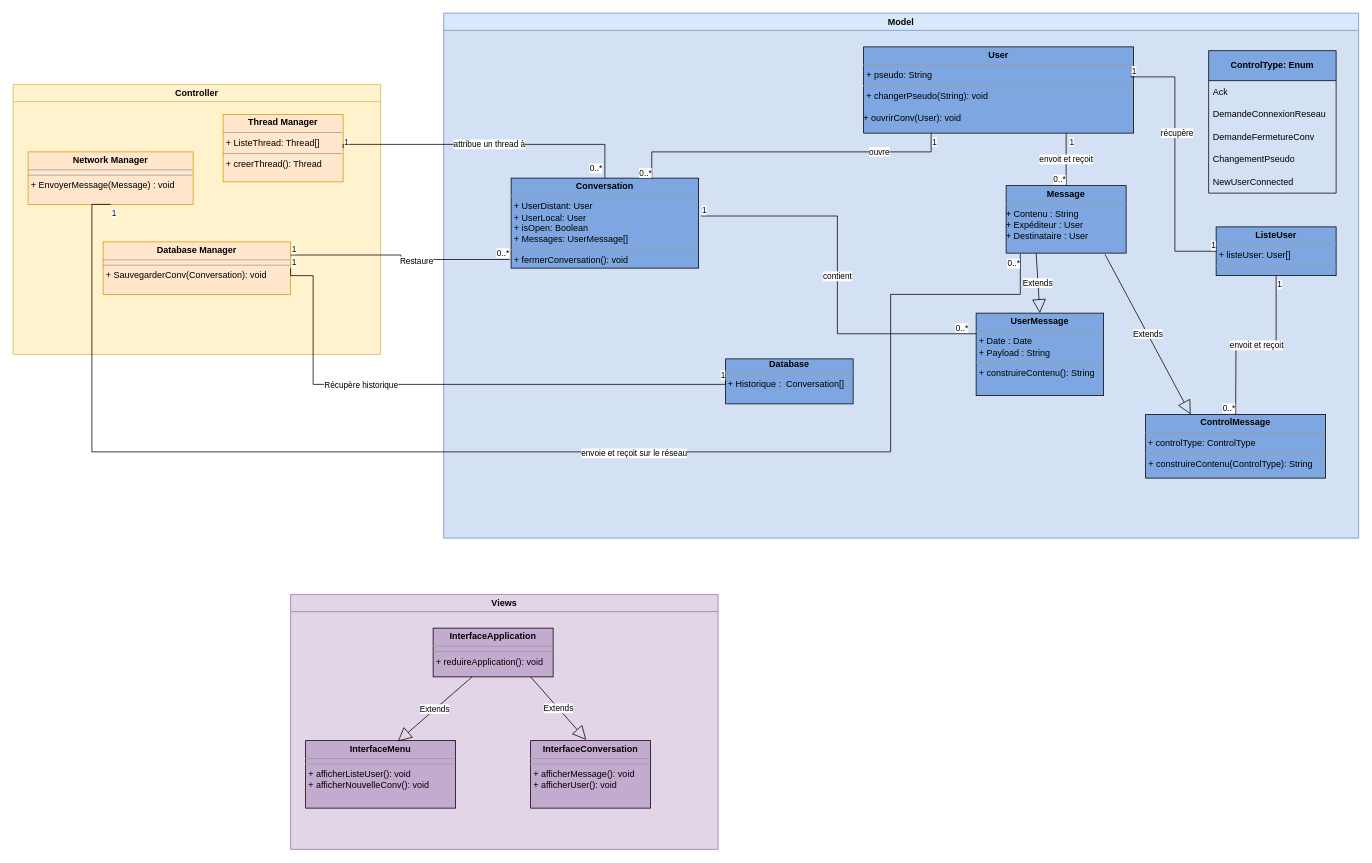
This is Projet/UML/versions modifiables/diagramme_de_classe.drawio from Newglear/UF_projet_java, a draw.io file, before an edit. Source tidied: cells renumbered, new cells numbered last; positions are measured from the earlier drawing's top-left corner, leaving out a move shared by most shapes. Both pictures are drawn from the tidied source at 75%, with x=0, y=0 at pixel (13, 13).
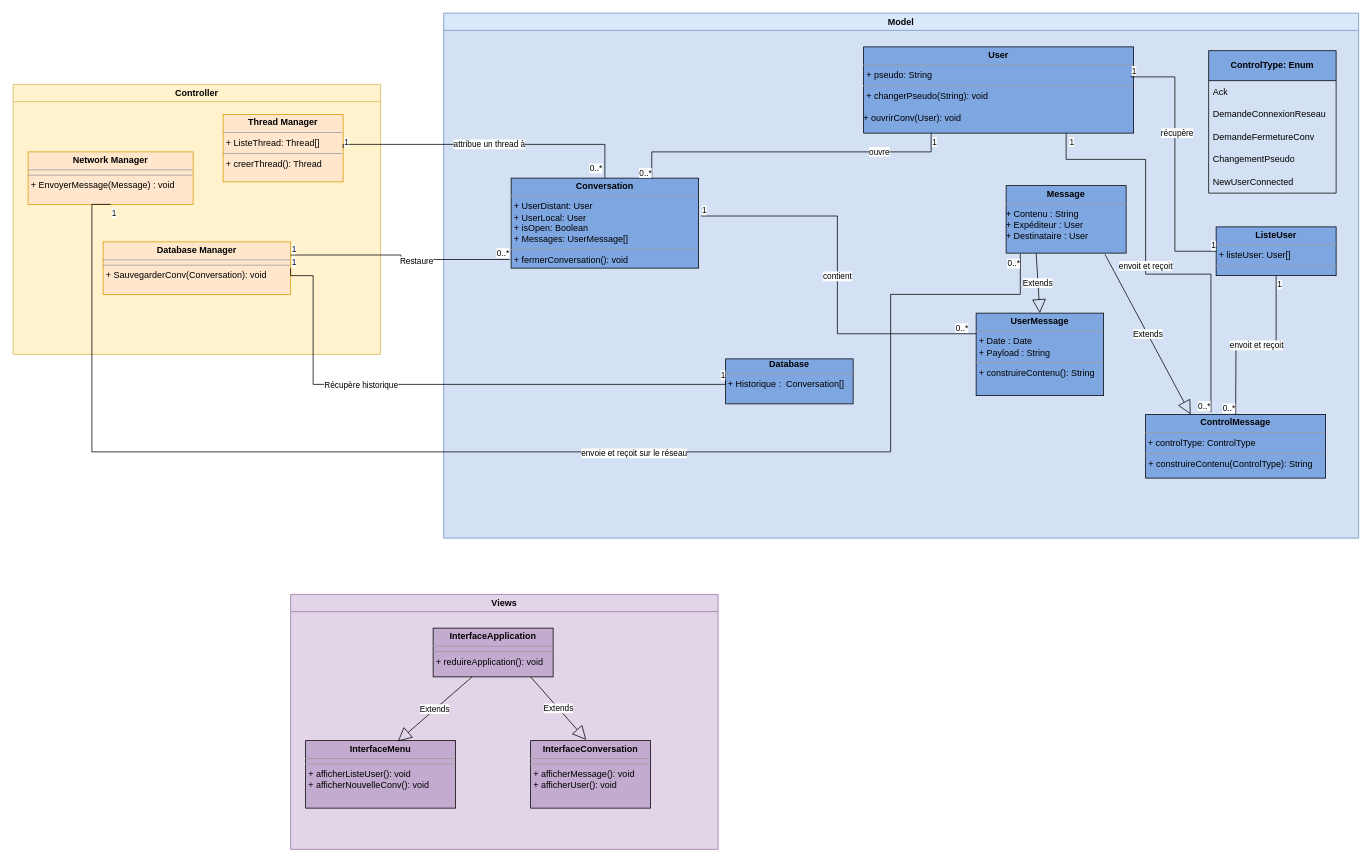
Above is the later version.

The change refers to these unchanged cells:
```xml
<mxCell id="12" value="&lt;div&gt;Model&lt;/div&gt;" style="swimlane;whiteSpace=wrap;html=1;fillColor=#dae8fc;strokeColor=#6c8ebf;swimlaneFillColor=#D4E1F5;" parent="1" vertex="1">
  <mxGeometry x="574" width="1220" height="700" as="geometry" />
</mxCell>
<mxCell id="13" value="&lt;p style=&quot;margin:0px;margin-top:4px;text-align:center;&quot;&gt;&lt;b&gt;Message&lt;/b&gt;&lt;br&gt;&lt;/p&gt;&lt;hr size=&quot;1&quot;&gt;&lt;div&gt;+ Contenu : String &lt;br&gt;&lt;/div&gt;&lt;div&gt;+ Expéditeur : User&lt;/div&gt;&lt;div&gt;+ Destinataire : User&lt;br&gt;&lt;/div&gt;" style="verticalAlign=top;align=left;overflow=fill;fontSize=12;fontFamily=Helvetica;html=1;fillColor=#7EA6E0;" parent="12" vertex="1">
  <mxGeometry x="750" y="230" width="160" height="90" as="geometry" />
</mxCell>
<mxCell id="18" value="&lt;p style=&quot;margin:0px;margin-top:4px;text-align:center;&quot;&gt;&lt;b&gt;User&lt;/b&gt;&lt;/p&gt;&lt;hr size=&quot;1&quot;&gt;&lt;p style=&quot;margin:0px;margin-left:4px;&quot;&gt;+ pseudo: String&lt;/p&gt;&lt;hr size=&quot;1&quot;&gt;&lt;p style=&quot;margin:0px;margin-left:4px;&quot;&gt;+ changerPseudo(String): void&lt;br&gt;&lt;/p&gt;&lt;div&gt;&lt;br&gt;&lt;/div&gt;&lt;div&gt;+ ouvrirConv(User): void&lt;/div&gt;" style="verticalAlign=top;align=left;overflow=fill;fontSize=12;fontFamily=Helvetica;html=1;fillColor=#7EA6E0;" parent="12" vertex="1">
  <mxGeometry x="560" y="45" width="360" height="115" as="geometry" />
</mxCell>
<mxCell id="25" value="&lt;p style=&quot;margin:0px;margin-top:4px;text-align:center;&quot;&gt;&lt;b&gt;ControlMessage&lt;/b&gt;&lt;br&gt;&lt;/p&gt;&lt;hr size=&quot;1&quot;&gt;&amp;nbsp;+ controlType: ControlType&lt;br&gt;&lt;hr size=&quot;1&quot;&gt;&lt;p style=&quot;margin:0px;margin-left:4px;&quot;&gt;+ construireContenu(ControlType): String&lt;br&gt;&lt;/p&gt;" style="verticalAlign=top;align=left;overflow=fill;fontSize=12;fontFamily=Helvetica;html=1;fillColor=#7EA6E0;" parent="12" vertex="1">
  <mxGeometry x="936" y="535" width="240" height="85" as="geometry" />
</mxCell>
```

The edit, as a diff of the source:
```diff
@@
-    <mxCell id="35" value="envoit et reçoit" style="endArrow=none;html=1;edgeStyle=orthogonalEdgeStyle;rounded=0;exitX=0.75;exitY=1;exitDx=0;exitDy=0;entryX=0.5;entryY=0;entryDx=0;entryDy=0;" parent="12" edge="1" source="18" target="13">
-      <mxGeometry relative="1" as="geometry" />
+    <mxCell id="35" value="envoit et reçoit" style="endArrow=none;html=1;edgeStyle=orthogonalEdgeStyle;rounded=0;exitX=0.75;exitY=1;exitDx=0;exitDy=0;entryX=0.363;entryY=-0.035;entryDx=0;entryDy=0;entryPerimeter=0;" parent="12" edge="1" source="18" target="25">
+      <mxGeometry relative="1" as="geometry">
+        <Array as="points">
+          <mxPoint x="830" y="195" />
+          <mxPoint x="936" y="195" />
+          <mxPoint x="936" y="348" />
+          <mxPoint x="1023" y="348" />
+        </Array>
+      </mxGeometry>
     </mxCell>
```
